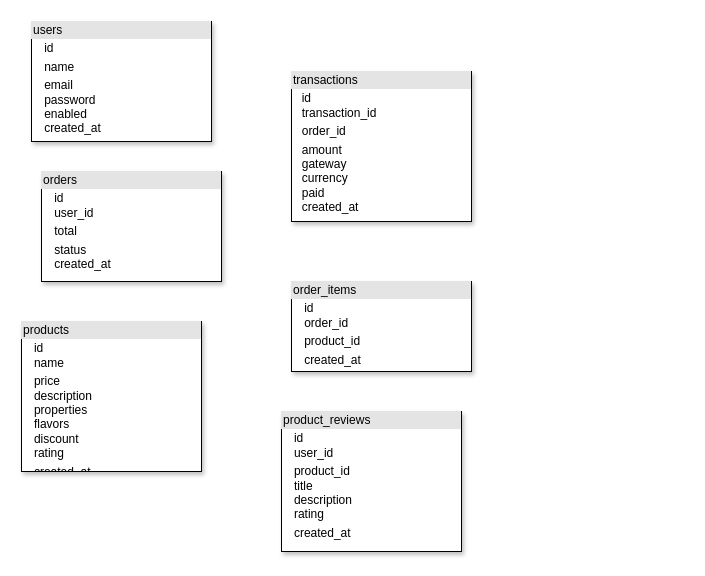
JS-Hub-ZW/E-Commerce-ZW keeps this draw.io diagram as page "ERD" (4 of 4) of designs/ecommerce.drawio. Above is the earlier version. Source tidied: cells renumbered, new cells numbered last; positions are measured from the earlier drawing's top-left corner, leaving out a move shared by most shapes. Both pictures are drawn from the tidied source at 100%, with x=0, y=0 at pixel (21, 21).
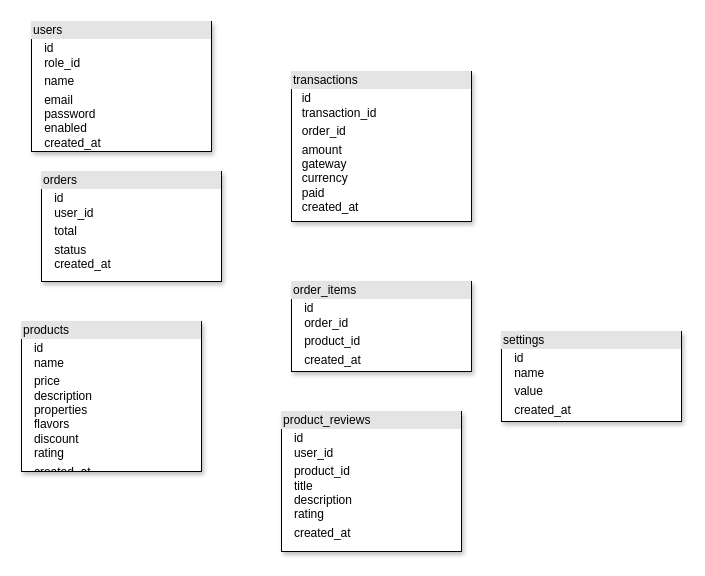
The same diagram, later.

Commit message:
created settings table

The edit, as a diff of the source:
```diff
@@
 <mxGraphModel>
   <root>
     <mxCell id="0" />
     <mxCell id="1" parent="0" />
-    <mxCell id="2" value="&lt;div style=&quot;box-sizing: border-box ; width: 100% ; background: #e4e4e4 ; padding: 2px&quot;&gt;users&lt;/div&gt;&lt;table style=&quot;width: 100% ; font-size: 1em&quot; cellpadding=&quot;2&quot; cellspacing=&quot;0&quot;&gt;&lt;tbody&gt;&lt;tr&gt;&lt;td&gt;&lt;/td&gt;&lt;td&gt;id&lt;/td&gt;&lt;/tr&gt;&lt;tr&gt;&lt;td&gt;&lt;br&gt;&lt;/td&gt;&lt;td&gt;name&lt;/td&gt;&lt;/tr&gt;&lt;tr&gt;&lt;td&gt;&lt;/td&gt;&lt;td&gt;email&lt;br&gt;password&lt;br&gt;enabled&lt;br&gt;created_at&lt;/td&gt;&lt;/tr&gt;&lt;/tbody&gt;&lt;/table&gt;" style="verticalAlign=top;align=left;overflow=fill;html=1;rounded=0;sketch=0;fontSize=12;shadow=1;" parent="1" vertex="1">
-      <mxGeometry x="10" width="180" height="120" as="geometry" />
+    <mxCell id="2" value="&lt;div style=&quot;box-sizing: border-box ; width: 100% ; background: #e4e4e4 ; padding: 2px&quot;&gt;users&lt;/div&gt;&lt;table style=&quot;width: 100% ; font-size: 1em&quot; cellpadding=&quot;2&quot; cellspacing=&quot;0&quot;&gt;&lt;tbody&gt;&lt;tr&gt;&lt;td&gt;&lt;/td&gt;&lt;td&gt;id&lt;br&gt;role_id&lt;/td&gt;&lt;/tr&gt;&lt;tr&gt;&lt;td&gt;&lt;br&gt;&lt;/td&gt;&lt;td&gt;name&lt;/td&gt;&lt;/tr&gt;&lt;tr&gt;&lt;td&gt;&lt;/td&gt;&lt;td&gt;email&lt;br&gt;password&lt;br&gt;enabled&lt;br&gt;created_at&lt;/td&gt;&lt;/tr&gt;&lt;/tbody&gt;&lt;/table&gt;" style="verticalAlign=top;align=left;overflow=fill;html=1;rounded=0;sketch=0;fontSize=12;shadow=1;" parent="1" vertex="1">
+      <mxGeometry x="10" width="180" height="130" as="geometry" />
     </mxCell>
     <mxCell id="3" value="&lt;div style=&quot;box-sizing: border-box ; width: 100% ; background: #e4e4e4 ; padding: 2px&quot;&gt;transactions&lt;/div&gt;&lt;table style=&quot;width: 100% ; font-size: 1em&quot; cellpadding=&quot;2&quot; cellspacing=&quot;0&quot;&gt;&lt;tbody&gt;&lt;tr&gt;&lt;td&gt;&lt;/td&gt;&lt;td&gt;id&lt;br&gt;transaction_id&lt;/td&gt;&lt;/tr&gt;&lt;tr&gt;&lt;td&gt;&lt;br&gt;&lt;/td&gt;&lt;td&gt;order_id&lt;/td&gt;&lt;/tr&gt;&lt;tr&gt;&lt;td&gt;&lt;/td&gt;&lt;td&gt;amount&lt;br&gt;gateway&lt;br&gt;currency&lt;br&gt;paid&lt;br&gt;created_at&lt;/td&gt;&lt;/tr&gt;&lt;/tbody&gt;&lt;/table&gt;" style="verticalAlign=top;align=left;overflow=fill;html=1;rounded=0;sketch=0;fontSize=12;shadow=1;" parent="1" vertex="1">
       <mxGeometry x="270" y="50" width="180" height="150" as="geometry" />
     </mxCell>
     <mxCell id="4" value="&lt;div style=&quot;box-sizing: border-box ; width: 100% ; background: #e4e4e4 ; padding: 2px&quot;&gt;orders&lt;/div&gt;&lt;table style=&quot;width: 100% ; font-size: 1em&quot; cellpadding=&quot;2&quot; cellspacing=&quot;0&quot;&gt;&lt;tbody&gt;&lt;tr&gt;&lt;td&gt;&lt;/td&gt;&lt;td&gt;id&lt;br&gt;user_id&lt;/td&gt;&lt;/tr&gt;&lt;tr&gt;&lt;td&gt;&lt;br&gt;&lt;/td&gt;&lt;td&gt;total&lt;/td&gt;&lt;/tr&gt;&lt;tr&gt;&lt;td&gt;&lt;/td&gt;&lt;td&gt;status&lt;br&gt;created_at&lt;/td&gt;&lt;/tr&gt;&lt;/tbody&gt;&lt;/table&gt;" style="verticalAlign=top;align=left;overflow=fill;html=1;rounded=0;sketch=0;fontSize=12;shadow=1;" parent="1" vertex="1">
       <mxGeometry x="20" y="150" width="180" height="110" as="geometry" />
     </mxCell>
     <mxCell id="5" value="&lt;div style=&quot;box-sizing: border-box ; width: 100% ; background: #e4e4e4 ; padding: 2px&quot;&gt;order_items&lt;/div&gt;&lt;table style=&quot;width: 100% ; font-size: 1em&quot; cellpadding=&quot;2&quot; cellspacing=&quot;0&quot;&gt;&lt;tbody&gt;&lt;tr&gt;&lt;td&gt;&lt;/td&gt;&lt;td&gt;id&lt;br&gt;order_id&lt;/td&gt;&lt;/tr&gt;&lt;tr&gt;&lt;td&gt;&lt;br&gt;&lt;/td&gt;&lt;td&gt;product_id&lt;/td&gt;&lt;/tr&gt;&lt;tr&gt;&lt;td&gt;&lt;/td&gt;&lt;td&gt;created_at&lt;br&gt;&lt;/td&gt;&lt;/tr&gt;&lt;/tbody&gt;&lt;/table&gt;" style="verticalAlign=top;align=left;overflow=fill;html=1;rounded=0;sketch=0;fontSize=12;shadow=1;" parent="1" vertex="1">
       <mxGeometry x="270" y="260" width="180" height="90" as="geometry" />
     </mxCell>
     <mxCell id="6" value="&lt;div style=&quot;box-sizing: border-box ; width: 100% ; background: #e4e4e4 ; padding: 2px&quot;&gt;products&lt;/div&gt;&lt;table style=&quot;width: 100% ; font-size: 1em&quot; cellpadding=&quot;2&quot; cellspacing=&quot;0&quot;&gt;&lt;tbody&gt;&lt;tr&gt;&lt;td&gt;&lt;/td&gt;&lt;td&gt;id&lt;br&gt;name&lt;/td&gt;&lt;/tr&gt;&lt;tr&gt;&lt;td&gt;&lt;br&gt;&lt;/td&gt;&lt;td&gt;price&lt;br&gt;description&lt;br&gt;properties&lt;br&gt;flavors&lt;br&gt;discount&lt;br&gt;rating&lt;/td&gt;&lt;/tr&gt;&lt;tr&gt;&lt;td&gt;&lt;/td&gt;&lt;td&gt;created_at&lt;br&gt;&lt;/td&gt;&lt;/tr&gt;&lt;/tbody&gt;&lt;/table&gt;" style="verticalAlign=top;align=left;overflow=fill;html=1;rounded=0;sketch=0;fontSize=12;shadow=1;" parent="1" vertex="1">
       <mxGeometry y="300" width="180" height="150" as="geometry" />
     </mxCell>
     <mxCell id="7" value="&lt;div style=&quot;box-sizing: border-box ; width: 100% ; background: #e4e4e4 ; padding: 2px&quot;&gt;product_reviews&lt;/div&gt;&lt;table style=&quot;width: 100% ; font-size: 1em&quot; cellpadding=&quot;2&quot; cellspacing=&quot;0&quot;&gt;&lt;tbody&gt;&lt;tr&gt;&lt;td&gt;&lt;/td&gt;&lt;td&gt;id&lt;br&gt;user_id&lt;/td&gt;&lt;/tr&gt;&lt;tr&gt;&lt;td&gt;&lt;br&gt;&lt;/td&gt;&lt;td&gt;product_id&lt;br&gt;title&lt;br&gt;description&lt;br&gt;rating&lt;br&gt;&lt;/td&gt;&lt;/tr&gt;&lt;tr&gt;&lt;td&gt;&lt;/td&gt;&lt;td&gt;created_at&lt;br&gt;&lt;/td&gt;&lt;/tr&gt;&lt;/tbody&gt;&lt;/table&gt;" style="verticalAlign=top;align=left;overflow=fill;html=1;rounded=0;sketch=0;fontSize=12;shadow=1;" parent="1" vertex="1">
       <mxGeometry x="260" y="390" width="180" height="140" as="geometry" />
     </mxCell>
+    <mxCell id="8" value="&lt;div style=&quot;box-sizing: border-box ; width: 100% ; background: #e4e4e4 ; padding: 2px&quot;&gt;settings&lt;/div&gt;&lt;table style=&quot;width: 100% ; font-size: 1em&quot; cellpadding=&quot;2&quot; cellspacing=&quot;0&quot;&gt;&lt;tbody&gt;&lt;tr&gt;&lt;td&gt;&lt;/td&gt;&lt;td&gt;id&lt;br&gt;name&lt;/td&gt;&lt;/tr&gt;&lt;tr&gt;&lt;td&gt;&lt;br&gt;&lt;/td&gt;&lt;td&gt;value&lt;br&gt;&lt;/td&gt;&lt;/tr&gt;&lt;tr&gt;&lt;td&gt;&lt;/td&gt;&lt;td&gt;created_at&lt;br&gt;&lt;/td&gt;&lt;/tr&gt;&lt;/tbody&gt;&lt;/table&gt;" style="verticalAlign=top;align=left;overflow=fill;html=1;rounded=0;sketch=0;fontSize=12;shadow=1;" parent="1" vertex="1">
+      <mxGeometry x="480" y="310" width="180" height="90" as="geometry" />
+    </mxCell>
   </root>
 </mxGraphModel>
```
